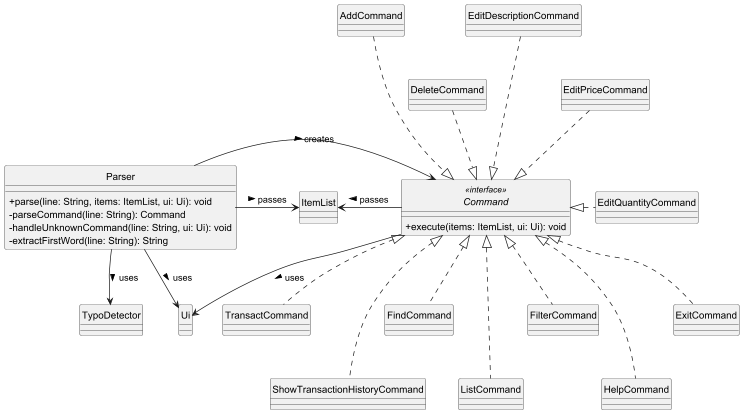
This is docs/diagrams/ParserClassDiagram.png from adbsw/tp, a PlantUML export, as it was before one commit.
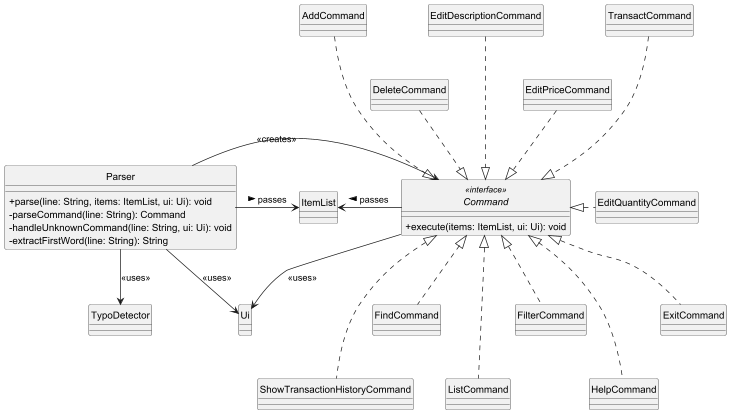
After the change.

Diff of the diagram source:
```diff
@@ -36,12 +36,12 @@
 
 class Ui
 
-Parser -> Command : creates >
-Parser --> TypoDetector : uses >
-Parser --> Ui : uses >
+Parser -> Command : <<creates>>
+Parser --> TypoDetector : <<uses>>
+Parser --> Ui : <<uses>>
 Parser -right-> ItemList : passes >
 
-Command --> Ui : uses >
+Command --> Ui : <<uses>>
 Command -left-> ItemList : passes >
 
 AddCommand ...down|> Command
@@ -49,7 +49,7 @@
 EditDescriptionCommand ...down|> Command
 EditPriceCommand ..down|> Command
 EditQuantityCommand ...left|> Command
-TransactCommand ..up|> Command
+TransactCommand ...down|> Command
 ShowTransactionHistoryCommand ...up|> Command
 FindCommand ..up|> Command
 ListCommand ...up|> Command
```
